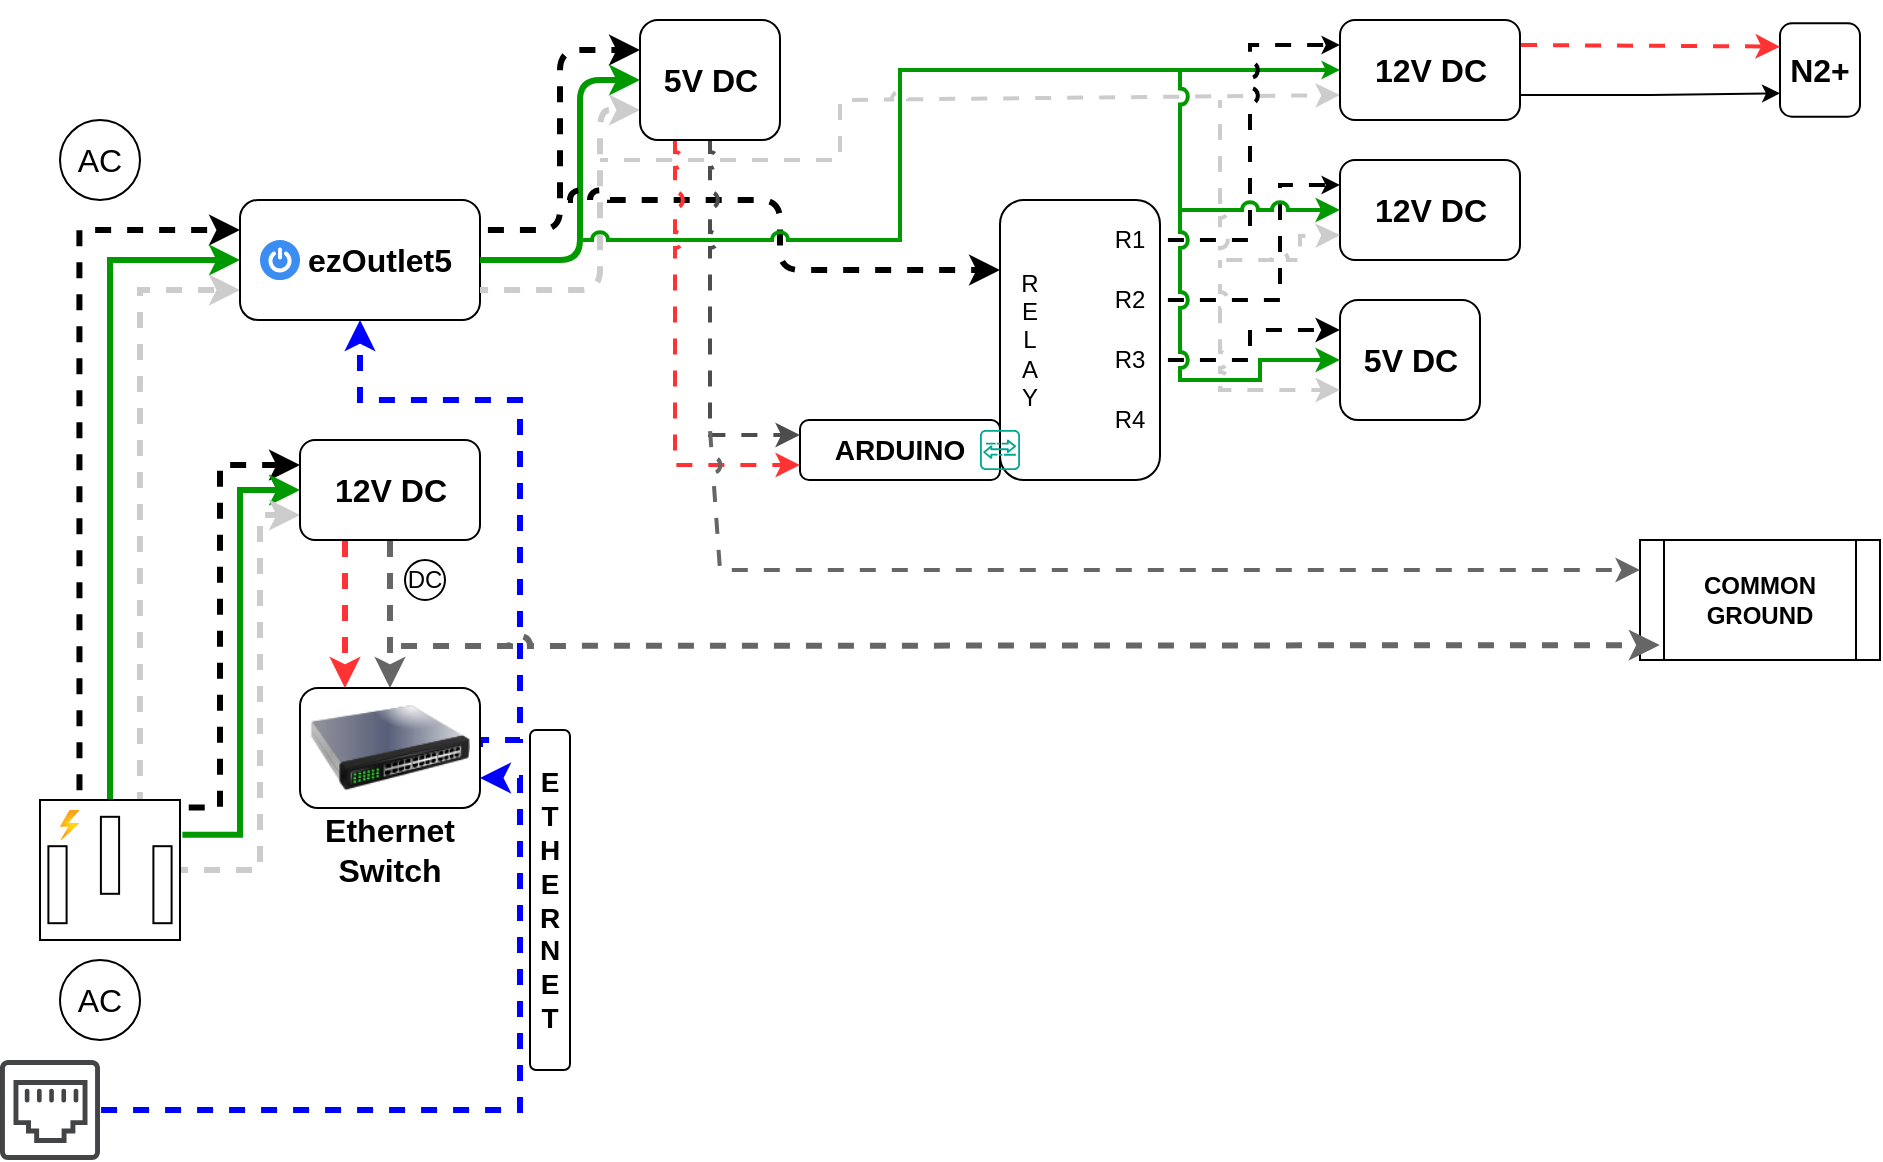
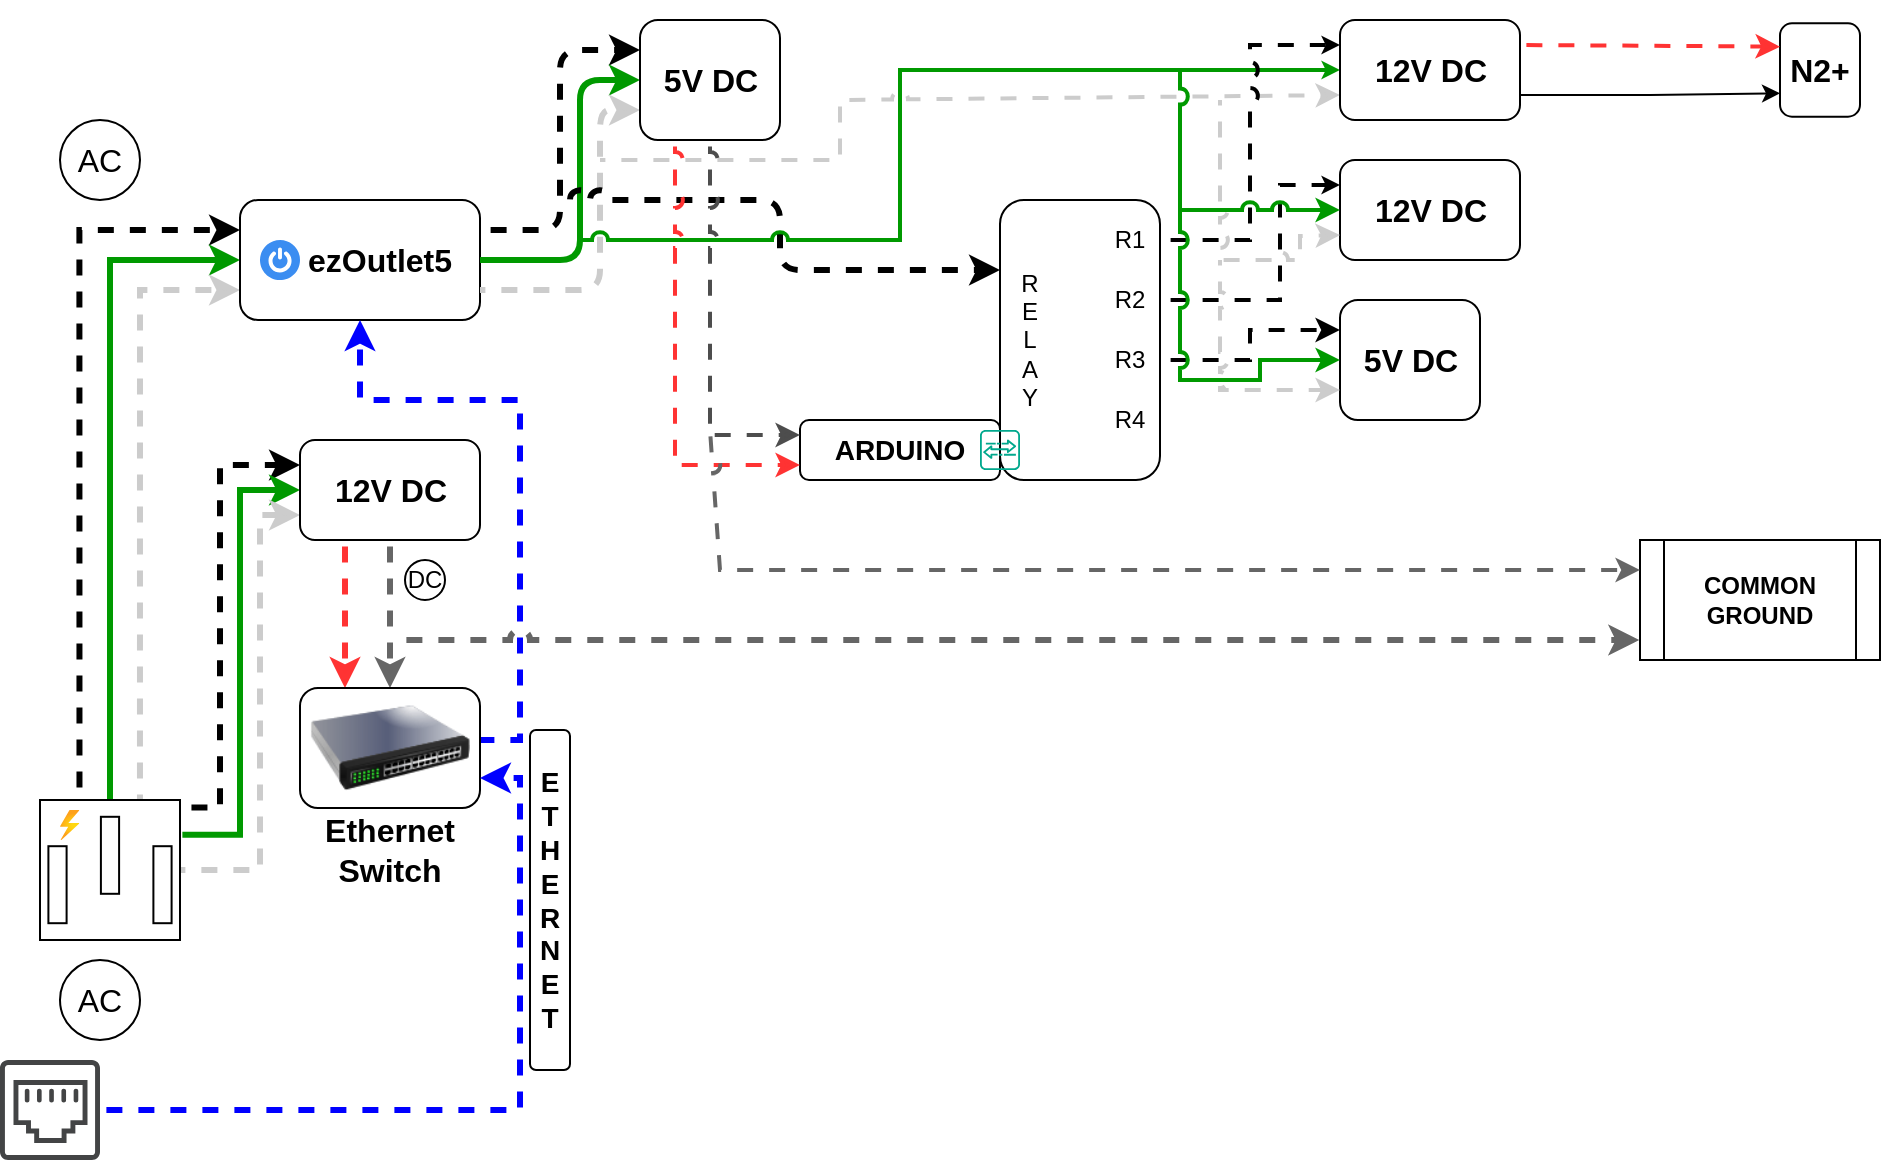
<mxfile host="app.diagrams.net" agent="Mozilla/5.0 (Windows NT 10.0; Win64; x64) AppleWebKit/537.36 (KHTML, like Gecko) Chrome/131.0.0.0 Safari/537.36 Edg/131.0.0.0" version="25.0.3">
  <diagram name="Page-1" id="VlRkN-xOVygPYa-iD9Ir">
-     <mxGraphModel dx="244" dy="153" grid="1" gridSize="10" guides="1" tooltips="1" connect="1" arrows="1" fold="1" page="1" pageScale="1" pageWidth="1600" pageHeight="900" background="none" math="0" shadow="0">
+     <mxGraphModel dx="724" dy="454" grid="1" gridSize="10" guides="1" tooltips="1" connect="1" arrows="1" fold="1" page="1" pageScale="1" pageWidth="1600" pageHeight="900" background="none" math="0" shadow="0">
      <root>
        <mxCell id="0" />
        <mxCell id="1" parent="0" />
        <mxCell id="JVLtuT8sySUBbFbLTn6r-3" style="edgeStyle=orthogonalEdgeStyle;rounded=0;orthogonalLoop=1;jettySize=auto;html=1;entryX=0;entryY=0.25;entryDx=0;entryDy=0;exitX=0.282;exitY=-0.013;exitDx=0;exitDy=0;exitPerimeter=0;strokeWidth=3;flowAnimation=1;flowAnimationDirection=alternate;flowAnimationTimingFunction=ease-in-out;flowAnimationDuration=1500;jumpStyle=arc;" parent="1" source="pD8juBFKP1GN8B8eYQTb-1" target="pD8juBFKP1GN8B8eYQTb-3" edge="1">
          <mxGeometry relative="1" as="geometry" />
        </mxCell>
        <mxCell id="JVLtuT8sySUBbFbLTn6r-4" style="edgeStyle=orthogonalEdgeStyle;rounded=0;orthogonalLoop=1;jettySize=auto;html=1;exitX=0.5;exitY=0;exitDx=0;exitDy=0;exitPerimeter=0;entryX=0;entryY=0.5;entryDx=0;entryDy=0;strokeColor=#009900;strokeWidth=3;jumpStyle=arc;" parent="1" source="pD8juBFKP1GN8B8eYQTb-1" target="pD8juBFKP1GN8B8eYQTb-3" edge="1">
          <mxGeometry relative="1" as="geometry" />
        </mxCell>
        <mxCell id="JVLtuT8sySUBbFbLTn6r-5" style="edgeStyle=orthogonalEdgeStyle;rounded=0;orthogonalLoop=1;jettySize=auto;html=1;entryX=0;entryY=0.75;entryDx=0;entryDy=0;exitX=0.714;exitY=0;exitDx=0;exitDy=0;exitPerimeter=0;strokeWidth=3;strokeColor=#CCCCCC;flowAnimation=1;flowAnimationDirection=alternate-reverse;flowAnimationTimingFunction=ease-in-out;flowAnimationDuration=1500;jumpStyle=arc;" parent="1" source="pD8juBFKP1GN8B8eYQTb-1" target="pD8juBFKP1GN8B8eYQTb-3" edge="1">
          <mxGeometry relative="1" as="geometry">
            <mxPoint x="120" y="320" as="targetPoint" />
          </mxGeometry>
        </mxCell>
        <mxCell id="JVLtuT8sySUBbFbLTn6r-6" style="edgeStyle=orthogonalEdgeStyle;rounded=0;orthogonalLoop=1;jettySize=auto;html=1;entryX=0;entryY=0.25;entryDx=0;entryDy=0;exitX=1.006;exitY=0.054;exitDx=0;exitDy=0;exitPerimeter=0;strokeWidth=3;flowAnimation=1;flowAnimationDirection=alternate;flowAnimationTimingFunction=ease-in-out;flowAnimationDuration=1500;jumpStyle=arc;" parent="1" source="pD8juBFKP1GN8B8eYQTb-1" target="pD8juBFKP1GN8B8eYQTb-24" edge="1">
          <mxGeometry relative="1" as="geometry">
            <Array as="points">
              <mxPoint x="120" y="404" />
              <mxPoint x="120" y="233" />
            </Array>
          </mxGeometry>
        </mxCell>
        <mxCell id="JVLtuT8sySUBbFbLTn6r-7" style="edgeStyle=orthogonalEdgeStyle;rounded=0;orthogonalLoop=1;jettySize=auto;html=1;entryX=0;entryY=0.5;entryDx=0;entryDy=0;exitX=1.017;exitY=0.249;exitDx=0;exitDy=0;exitPerimeter=0;strokeWidth=3;strokeColor=#009900;jumpStyle=arc;" parent="1" source="pD8juBFKP1GN8B8eYQTb-1" target="pD8juBFKP1GN8B8eYQTb-24" edge="1">
          <mxGeometry relative="1" as="geometry" />
        </mxCell>
        <mxCell id="JVLtuT8sySUBbFbLTn6r-8" style="edgeStyle=orthogonalEdgeStyle;rounded=0;orthogonalLoop=1;jettySize=auto;html=1;entryX=0;entryY=0.75;entryDx=0;entryDy=0;strokeColor=#CCCCCC;strokeWidth=3;flowAnimation=1;flowAnimationDirection=alternate-reverse;flowAnimationTimingFunction=ease-in-out;flowAnimationDuration=1500;jumpStyle=arc;" parent="1" source="pD8juBFKP1GN8B8eYQTb-1" target="pD8juBFKP1GN8B8eYQTb-24" edge="1">
          <mxGeometry relative="1" as="geometry">
            <Array as="points">
              <mxPoint x="140" y="435" />
              <mxPoint x="140" y="258" />
            </Array>
          </mxGeometry>
        </mxCell>
        <mxCell id="JVLtuT8sySUBbFbLTn6r-1" value="" style="group" parent="1" vertex="1" connectable="0">
          <mxGeometry x="30" y="480" width="60" height="40" as="geometry" />
        </mxCell>
        <mxCell id="pD8juBFKP1GN8B8eYQTb-22" value="AC" style="text;html=1;align=center;verticalAlign=middle;whiteSpace=wrap;rounded=0;fontSize=16;" parent="JVLtuT8sySUBbFbLTn6r-1" vertex="1">
          <mxGeometry y="5" width="60" height="30" as="geometry" />
        </mxCell>
        <mxCell id="pD8juBFKP1GN8B8eYQTb-23" value="" style="ellipse;whiteSpace=wrap;html=1;fillColor=none;" parent="JVLtuT8sySUBbFbLTn6r-1" vertex="1">
          <mxGeometry x="10" width="40" height="40" as="geometry" />
        </mxCell>
        <mxCell id="JVLtuT8sySUBbFbLTn6r-2" value="" style="group" parent="1" vertex="1" connectable="0">
          <mxGeometry x="30" y="60" width="60" height="40" as="geometry" />
        </mxCell>
        <mxCell id="pD8juBFKP1GN8B8eYQTb-9" value="" style="ellipse;whiteSpace=wrap;html=1;fillColor=none;" parent="JVLtuT8sySUBbFbLTn6r-2" vertex="1">
          <mxGeometry x="10" width="40" height="40" as="geometry" />
        </mxCell>
        <mxCell id="pD8juBFKP1GN8B8eYQTb-11" value="AC" style="text;html=1;align=center;verticalAlign=middle;whiteSpace=wrap;rounded=0;fontSize=16;" parent="JVLtuT8sySUBbFbLTn6r-2" vertex="1">
          <mxGeometry y="5" width="60" height="30" as="geometry" />
        </mxCell>
        <mxCell id="JVLtuT8sySUBbFbLTn6r-9" value="" style="group" parent="1" vertex="1" connectable="0">
          <mxGeometry x="130" y="100" width="120" height="60" as="geometry" />
        </mxCell>
        <mxCell id="JVLtuT8sySUBbFbLTn6r-16" value="" style="group" parent="JVLtuT8sySUBbFbLTn6r-9" vertex="1" connectable="0">
          <mxGeometry width="120" height="60" as="geometry" />
        </mxCell>
        <mxCell id="pD8juBFKP1GN8B8eYQTb-3" value="" style="rounded=1;whiteSpace=wrap;html=1;" parent="JVLtuT8sySUBbFbLTn6r-16" vertex="1">
          <mxGeometry width="120" height="60" as="geometry" />
        </mxCell>
        <mxCell id="JVLtuT8sySUBbFbLTn6r-13" value="" style="sketch=0;html=1;aspect=fixed;strokeColor=none;shadow=0;fillColor=#3B8DF1;verticalAlign=top;labelPosition=center;verticalLabelPosition=bottom;shape=mxgraph.gcp2.a7_power" parent="JVLtuT8sySUBbFbLTn6r-16" vertex="1">
          <mxGeometry x="10" y="20" width="20" height="20" as="geometry" />
        </mxCell>
        <mxCell id="pD8juBFKP1GN8B8eYQTb-15" value="&lt;b&gt;ezOutlet5&lt;/b&gt;" style="text;html=1;align=center;verticalAlign=middle;whiteSpace=wrap;rounded=0;fontSize=16;" parent="JVLtuT8sySUBbFbLTn6r-16" vertex="1">
          <mxGeometry x="40" y="10" width="60" height="40" as="geometry" />
        </mxCell>
        <mxCell id="JVLtuT8sySUBbFbLTn6r-11" value="" style="group" parent="1" vertex="1" connectable="0">
          <mxGeometry x="160" y="220" width="90" height="50" as="geometry" />
        </mxCell>
        <mxCell id="JVLtuT8sySUBbFbLTn6r-72" value="" style="group" parent="JVLtuT8sySUBbFbLTn6r-11" vertex="1" connectable="0">
          <mxGeometry width="90" height="50" as="geometry" />
        </mxCell>
        <mxCell id="pD8juBFKP1GN8B8eYQTb-24" value="" style="rounded=1;whiteSpace=wrap;html=1;" parent="JVLtuT8sySUBbFbLTn6r-72" vertex="1">
          <mxGeometry width="90" height="50" as="geometry" />
        </mxCell>
        <mxCell id="JVLtuT8sySUBbFbLTn6r-10" value="&lt;font style=&quot;font-size: 16px;&quot;&gt;&lt;b&gt;12V DC&lt;/b&gt;&lt;/font&gt;" style="text;html=1;align=center;verticalAlign=middle;whiteSpace=wrap;rounded=0;" parent="JVLtuT8sySUBbFbLTn6r-72" vertex="1">
          <mxGeometry x="15.75" y="10" width="58.5" height="30" as="geometry" />
        </mxCell>
        <mxCell id="JVLtuT8sySUBbFbLTn6r-18" value="" style="group" parent="1" vertex="1" connectable="0">
          <mxGeometry x="30" y="400" width="70" height="70" as="geometry" />
        </mxCell>
        <mxCell id="pD8juBFKP1GN8B8eYQTb-1" value="" style="pointerEvents=1;verticalLabelPosition=bottom;shadow=0;dashed=0;align=center;html=1;verticalAlign=top;shape=mxgraph.electrical.miscellaneous.ac_out" parent="JVLtuT8sySUBbFbLTn6r-18" vertex="1">
          <mxGeometry width="70" height="70" as="geometry" />
        </mxCell>
        <mxCell id="JVLtuT8sySUBbFbLTn6r-12" value="" style="image;aspect=fixed;html=1;points=[];align=center;fontSize=12;image=img/lib/azure2/general/Power.svg;" parent="JVLtuT8sySUBbFbLTn6r-18" vertex="1">
          <mxGeometry x="10" y="5" width="9.72" height="15" as="geometry" />
        </mxCell>
        <mxCell id="JVLtuT8sySUBbFbLTn6r-23" style="edgeStyle=orthogonalEdgeStyle;rounded=0;orthogonalLoop=1;jettySize=auto;html=1;entryX=0.25;entryY=0;entryDx=0;entryDy=0;exitX=0.25;exitY=1;exitDx=0;exitDy=0;strokeColor=#FF3333;strokeWidth=3;flowAnimation=1;jumpStyle=arc;" parent="1" source="pD8juBFKP1GN8B8eYQTb-24" target="JVLtuT8sySUBbFbLTn6r-19" edge="1">
          <mxGeometry relative="1" as="geometry" />
        </mxCell>
        <mxCell id="JVLtuT8sySUBbFbLTn6r-28" value="" style="group" parent="1" vertex="1" connectable="0">
          <mxGeometry x="210" y="280" width="25" height="20" as="geometry" />
        </mxCell>
        <mxCell id="JVLtuT8sySUBbFbLTn6r-26" value="" style="ellipse;whiteSpace=wrap;html=1;aspect=fixed;" parent="JVLtuT8sySUBbFbLTn6r-28" vertex="1">
          <mxGeometry x="2.5" width="20" height="20" as="geometry" />
        </mxCell>
        <mxCell id="JVLtuT8sySUBbFbLTn6r-27" value="&lt;font&gt;DC&lt;/font&gt;" style="text;html=1;align=center;verticalAlign=middle;whiteSpace=wrap;rounded=0;" parent="JVLtuT8sySUBbFbLTn6r-28" vertex="1">
          <mxGeometry y="2.5" width="25" height="15" as="geometry" />
        </mxCell>
        <mxCell id="JVLtuT8sySUBbFbLTn6r-29" style="edgeStyle=orthogonalEdgeStyle;rounded=0;orthogonalLoop=1;jettySize=auto;html=1;exitX=0.5;exitY=1;exitDx=0;exitDy=0;entryX=0.5;entryY=0;entryDx=0;entryDy=0;strokeWidth=3;flowAnimation=1;strokeColor=#666666;jumpStyle=arc;" parent="1" source="pD8juBFKP1GN8B8eYQTb-24" target="JVLtuT8sySUBbFbLTn6r-19" edge="1">
          <mxGeometry relative="1" as="geometry" />
        </mxCell>
        <mxCell id="JVLtuT8sySUBbFbLTn6r-30" style="edgeStyle=orthogonalEdgeStyle;rounded=0;orthogonalLoop=1;jettySize=auto;html=1;exitX=1;exitY=0.5;exitDx=0;exitDy=0;entryX=0.5;entryY=1;entryDx=0;entryDy=0;strokeColor=#0000FF;strokeWidth=3;flowAnimation=1;jumpStyle=arc;" parent="1" source="JVLtuT8sySUBbFbLTn6r-19" target="pD8juBFKP1GN8B8eYQTb-3" edge="1">
          <mxGeometry relative="1" as="geometry">
            <Array as="points">
              <mxPoint x="270" y="370" />
              <mxPoint x="270" y="200" />
              <mxPoint x="190" y="200" />
            </Array>
          </mxGeometry>
        </mxCell>
        <mxCell id="JVLtuT8sySUBbFbLTn6r-33" value="" style="rounded=1;whiteSpace=wrap;html=1;" parent="1" vertex="1">
          <mxGeometry x="510" y="100" width="80" height="140" as="geometry" />
        </mxCell>
        <mxCell id="JVLtuT8sySUBbFbLTn6r-35" style="edgeStyle=orthogonalEdgeStyle;rounded=1;orthogonalLoop=1;jettySize=auto;html=1;exitX=1;exitY=0.25;exitDx=0;exitDy=0;entryX=0;entryY=0.25;entryDx=0;entryDy=0;curved=0;strokeWidth=3;flowAnimation=1;flowAnimationDirection=alternate;flowAnimationTimingFunction=ease-in-out;flowAnimationDuration=1500;jumpStyle=arc;" parent="1" source="pD8juBFKP1GN8B8eYQTb-3" target="JVLtuT8sySUBbFbLTn6r-34" edge="1">
          <mxGeometry relative="1" as="geometry" />
        </mxCell>
        <mxCell id="JVLtuT8sySUBbFbLTn6r-36" style="edgeStyle=orthogonalEdgeStyle;rounded=1;orthogonalLoop=1;jettySize=auto;html=1;exitX=1;exitY=0.5;exitDx=0;exitDy=0;entryX=0;entryY=0.5;entryDx=0;entryDy=0;curved=0;strokeWidth=3;strokeColor=#009900;jumpStyle=arc;" parent="1" source="pD8juBFKP1GN8B8eYQTb-3" target="JVLtuT8sySUBbFbLTn6r-34" edge="1">
          <mxGeometry relative="1" as="geometry">
            <Array as="points">
              <mxPoint x="300" y="130" />
              <mxPoint x="300" y="40" />
            </Array>
          </mxGeometry>
        </mxCell>
        <mxCell id="JVLtuT8sySUBbFbLTn6r-37" style="edgeStyle=orthogonalEdgeStyle;rounded=1;orthogonalLoop=1;jettySize=auto;html=1;exitX=1;exitY=0.75;exitDx=0;exitDy=0;entryX=0;entryY=0.75;entryDx=0;entryDy=0;curved=0;strokeColor=#CCCCCC;strokeWidth=3;flowAnimation=1;flowAnimationDirection=alternate-reverse;flowAnimationTimingFunction=ease-in-out;flowAnimationDuration=1500;jumpStyle=arc;" parent="1" source="pD8juBFKP1GN8B8eYQTb-3" target="JVLtuT8sySUBbFbLTn6r-34" edge="1">
          <mxGeometry relative="1" as="geometry">
            <Array as="points">
              <mxPoint x="310" y="145" />
              <mxPoint x="310" y="55" />
            </Array>
          </mxGeometry>
        </mxCell>
        <mxCell id="JVLtuT8sySUBbFbLTn6r-40" value="" style="endArrow=classic;html=1;rounded=1;curved=0;entryX=0;entryY=0.25;entryDx=0;entryDy=0;jumpStyle=arc;strokeWidth=3;flowAnimation=1;flowAnimationDirection=alternate;flowAnimationTimingFunction=ease-in-out;flowAnimationDuration=1500;" parent="1" target="JVLtuT8sySUBbFbLTn6r-33" edge="1">
          <mxGeometry width="50" height="50" relative="1" as="geometry">
            <mxPoint x="290" y="100" as="sourcePoint" />
            <mxPoint x="410" y="170" as="targetPoint" />
            <Array as="points">
              <mxPoint x="400" y="100" />
              <mxPoint x="400" y="135" />
            </Array>
          </mxGeometry>
        </mxCell>
        <mxCell id="JVLtuT8sySUBbFbLTn6r-51" value="" style="group" parent="1" vertex="1" connectable="0">
          <mxGeometry x="160" y="344" width="90" height="96" as="geometry" />
        </mxCell>
        <mxCell id="JVLtuT8sySUBbFbLTn6r-21" value="" style="group" parent="JVLtuT8sySUBbFbLTn6r-51" vertex="1" connectable="0">
          <mxGeometry width="90" height="70" as="geometry" />
        </mxCell>
        <mxCell id="JVLtuT8sySUBbFbLTn6r-50" value="" style="group" parent="JVLtuT8sySUBbFbLTn6r-21" vertex="1" connectable="0">
          <mxGeometry width="90" height="70" as="geometry" />
        </mxCell>
        <mxCell id="JVLtuT8sySUBbFbLTn6r-19" value="" style="rounded=1;whiteSpace=wrap;html=1;" parent="JVLtuT8sySUBbFbLTn6r-50" vertex="1">
          <mxGeometry width="90" height="60" as="geometry" />
        </mxCell>
        <mxCell id="JVLtuT8sySUBbFbLTn6r-49" value="" style="image;html=1;image=img/lib/clip_art/networking/Switch_128x128.png" parent="JVLtuT8sySUBbFbLTn6r-50" vertex="1">
          <mxGeometry x="5" y="-10" width="80" height="80" as="geometry" />
        </mxCell>
        <mxCell id="JVLtuT8sySUBbFbLTn6r-20" value="&lt;b&gt;&lt;font style=&quot;font-size: 16px;&quot;&gt;Ethernet&lt;/font&gt;&lt;/b&gt;&lt;div&gt;&lt;b&gt;&lt;font style=&quot;font-size: 16px;&quot;&gt;Switch&lt;/font&gt;&lt;/b&gt;&lt;/div&gt;" style="text;html=1;align=center;verticalAlign=middle;whiteSpace=wrap;rounded=0;" parent="JVLtuT8sySUBbFbLTn6r-51" vertex="1">
          <mxGeometry x="15" y="66" width="60" height="30" as="geometry" />
        </mxCell>
        <mxCell id="JVLtuT8sySUBbFbLTn6r-53" value="" style="group" parent="1" vertex="1" connectable="0">
          <mxGeometry x="330" y="10" width="70" height="60" as="geometry" />
        </mxCell>
        <mxCell id="JVLtuT8sySUBbFbLTn6r-71" value="" style="group" parent="JVLtuT8sySUBbFbLTn6r-53" vertex="1" connectable="0">
          <mxGeometry width="70" height="60" as="geometry" />
        </mxCell>
        <mxCell id="JVLtuT8sySUBbFbLTn6r-34" value="" style="rounded=1;whiteSpace=wrap;html=1;" parent="JVLtuT8sySUBbFbLTn6r-71" vertex="1">
          <mxGeometry width="70" height="60" as="geometry" />
        </mxCell>
        <mxCell id="JVLtuT8sySUBbFbLTn6r-52" value="&lt;font style=&quot;font-size: 16px;&quot;&gt;&lt;b&gt;5&lt;/b&gt;&lt;/font&gt;&lt;b style=&quot;font-size: 16px; background-color: initial;&quot;&gt;V DC&lt;/b&gt;" style="text;html=1;align=center;verticalAlign=middle;whiteSpace=wrap;rounded=0;" parent="JVLtuT8sySUBbFbLTn6r-71" vertex="1">
          <mxGeometry x="5.75" y="15" width="58.5" height="30" as="geometry" />
        </mxCell>
        <mxCell id="JVLtuT8sySUBbFbLTn6r-54" value="" style="endArrow=classic;html=1;rounded=0;entryX=0;entryY=0.5;entryDx=0;entryDy=0;jumpStyle=arc;strokeColor=#009900;strokeWidth=2;endSize=3;" parent="1" target="JVLtuT8sySUBbFbLTn6r-74" edge="1">
          <mxGeometry width="50" height="50" relative="1" as="geometry">
            <mxPoint x="300" y="120" as="sourcePoint" />
            <mxPoint x="350" y="80" as="targetPoint" />
            <Array as="points">
              <mxPoint x="460" y="120" />
              <mxPoint x="460" y="35" />
            </Array>
          </mxGeometry>
        </mxCell>
        <mxCell id="JVLtuT8sySUBbFbLTn6r-55" value="" style="endArrow=classic;html=1;rounded=0;entryX=0;entryY=0.75;entryDx=0;entryDy=0;strokeColor=#CCCCCC;strokeWidth=2;jumpStyle=arc;flowAnimation=1;flowAnimationDirection=alternate-reverse;flowAnimationTimingFunction=ease-in-out;flowAnimationDuration=1500;" parent="1" target="JVLtuT8sySUBbFbLTn6r-74" edge="1">
          <mxGeometry width="50" height="50" relative="1" as="geometry">
            <mxPoint x="310" y="80" as="sourcePoint" />
            <mxPoint x="350" y="140" as="targetPoint" />
            <Array as="points">
              <mxPoint x="430" y="80" />
              <mxPoint x="430" y="50" />
              <mxPoint x="520" y="50" />
            </Array>
          </mxGeometry>
        </mxCell>
        <mxCell id="JVLtuT8sySUBbFbLTn6r-56" value="R&lt;div&gt;E&lt;/div&gt;&lt;div&gt;L&lt;/div&gt;&lt;div&gt;A&lt;/div&gt;&lt;div&gt;Y&lt;/div&gt;" style="text;html=1;align=center;verticalAlign=middle;whiteSpace=wrap;rounded=0;" parent="1" vertex="1">
          <mxGeometry x="510" y="135" width="30" height="70" as="geometry" />
        </mxCell>
        <mxCell id="JVLtuT8sySUBbFbLTn6r-79" style="edgeStyle=orthogonalEdgeStyle;rounded=0;orthogonalLoop=1;jettySize=auto;html=1;exitX=1;exitY=0.5;exitDx=0;exitDy=0;entryX=0;entryY=0.25;entryDx=0;entryDy=0;strokeWidth=2;flowAnimation=1;flowAnimationDirection=alternate;flowAnimationTimingFunction=ease-in-out;flowAnimationDuration=1500;jumpStyle=arc;endSize=3;" parent="1" source="JVLtuT8sySUBbFbLTn6r-57" target="JVLtuT8sySUBbFbLTn6r-74" edge="1">
          <mxGeometry relative="1" as="geometry" />
        </mxCell>
        <mxCell id="JVLtuT8sySUBbFbLTn6r-57" value="R1" style="text;html=1;align=center;verticalAlign=middle;whiteSpace=wrap;rounded=0;" parent="1" vertex="1">
          <mxGeometry x="560" y="105" width="30" height="30" as="geometry" />
        </mxCell>
        <mxCell id="JVLtuT8sySUBbFbLTn6r-80" style="edgeStyle=orthogonalEdgeStyle;rounded=0;orthogonalLoop=1;jettySize=auto;html=1;exitX=1;exitY=0.5;exitDx=0;exitDy=0;entryX=0;entryY=0.25;entryDx=0;entryDy=0;strokeWidth=2;flowAnimation=1;flowAnimationDirection=alternate;flowAnimationTimingFunction=ease-in-out;flowAnimationDuration=1500;endSize=3;jumpStyle=arc;" parent="1" source="JVLtuT8sySUBbFbLTn6r-58" target="JVLtuT8sySUBbFbLTn6r-77" edge="1">
          <mxGeometry relative="1" as="geometry">
            <Array as="points">
              <mxPoint x="650" y="150" />
              <mxPoint x="650" y="93" />
            </Array>
          </mxGeometry>
        </mxCell>
        <mxCell id="JVLtuT8sySUBbFbLTn6r-58" value="R2" style="text;html=1;align=center;verticalAlign=middle;whiteSpace=wrap;rounded=0;" parent="1" vertex="1">
          <mxGeometry x="560" y="135" width="30" height="30" as="geometry" />
        </mxCell>
        <mxCell id="JVLtuT8sySUBbFbLTn6r-81" style="edgeStyle=orthogonalEdgeStyle;rounded=0;orthogonalLoop=1;jettySize=auto;html=1;exitX=1;exitY=0.5;exitDx=0;exitDy=0;entryX=0;entryY=0.25;entryDx=0;entryDy=0;strokeWidth=2;flowAnimation=1;flowAnimationDirection=alternate;flowAnimationTimingFunction=ease-in-out;flowAnimationDuration=1500;jumpStyle=arc;" parent="1" source="JVLtuT8sySUBbFbLTn6r-59" target="JVLtuT8sySUBbFbLTn6r-63" edge="1">
          <mxGeometry relative="1" as="geometry" />
        </mxCell>
        <mxCell id="JVLtuT8sySUBbFbLTn6r-59" value="R3" style="text;html=1;align=center;verticalAlign=middle;whiteSpace=wrap;rounded=0;" parent="1" vertex="1">
          <mxGeometry x="560" y="165" width="30" height="30" as="geometry" />
        </mxCell>
        <mxCell id="JVLtuT8sySUBbFbLTn6r-60" value="R4" style="text;html=1;align=center;verticalAlign=middle;whiteSpace=wrap;rounded=0;" parent="1" vertex="1">
          <mxGeometry x="560" y="195" width="30" height="30" as="geometry" />
        </mxCell>
        <mxCell id="JVLtuT8sySUBbFbLTn6r-67" value="" style="group" parent="1" vertex="1" connectable="0">
          <mxGeometry x="680" y="150" width="70" height="60" as="geometry" />
        </mxCell>
        <mxCell id="JVLtuT8sySUBbFbLTn6r-63" value="" style="rounded=1;whiteSpace=wrap;html=1;" parent="JVLtuT8sySUBbFbLTn6r-67" vertex="1">
          <mxGeometry width="70" height="60" as="geometry" />
        </mxCell>
        <mxCell id="JVLtuT8sySUBbFbLTn6r-62" value="" style="group" parent="JVLtuT8sySUBbFbLTn6r-67" vertex="1" connectable="0">
          <mxGeometry width="70" height="60" as="geometry" />
        </mxCell>
        <mxCell id="JVLtuT8sySUBbFbLTn6r-64" value="&lt;font style=&quot;font-size: 16px;&quot;&gt;&lt;b&gt;5&lt;/b&gt;&lt;/font&gt;&lt;b style=&quot;font-size: 16px; background-color: initial;&quot;&gt;V DC&lt;/b&gt;" style="text;html=1;align=center;verticalAlign=middle;whiteSpace=wrap;rounded=0;" parent="JVLtuT8sySUBbFbLTn6r-62" vertex="1">
          <mxGeometry x="5.75" y="15" width="58.5" height="30" as="geometry" />
        </mxCell>
        <mxCell id="JVLtuT8sySUBbFbLTn6r-73" value="" style="group" parent="1" vertex="1" connectable="0">
          <mxGeometry x="680" y="10" width="90" height="50" as="geometry" />
        </mxCell>
        <mxCell id="JVLtuT8sySUBbFbLTn6r-74" value="" style="rounded=1;whiteSpace=wrap;html=1;" parent="JVLtuT8sySUBbFbLTn6r-73" vertex="1">
          <mxGeometry width="90" height="50" as="geometry" />
        </mxCell>
        <mxCell id="JVLtuT8sySUBbFbLTn6r-75" value="&lt;font style=&quot;font-size: 16px;&quot;&gt;&lt;b&gt;12V DC&lt;/b&gt;&lt;/font&gt;" style="text;html=1;align=center;verticalAlign=middle;whiteSpace=wrap;rounded=0;" parent="JVLtuT8sySUBbFbLTn6r-73" vertex="1">
          <mxGeometry x="15.75" y="10" width="58.5" height="30" as="geometry" />
        </mxCell>
        <mxCell id="JVLtuT8sySUBbFbLTn6r-76" value="" style="group" parent="1" vertex="1" connectable="0">
          <mxGeometry x="680" y="80" width="90" height="50" as="geometry" />
        </mxCell>
        <mxCell id="JVLtuT8sySUBbFbLTn6r-77" value="" style="rounded=1;whiteSpace=wrap;html=1;" parent="JVLtuT8sySUBbFbLTn6r-76" vertex="1">
          <mxGeometry width="90" height="50" as="geometry" />
        </mxCell>
        <mxCell id="JVLtuT8sySUBbFbLTn6r-78" value="&lt;font style=&quot;font-size: 16px;&quot;&gt;&lt;b&gt;12V DC&lt;/b&gt;&lt;/font&gt;" style="text;html=1;align=center;verticalAlign=middle;whiteSpace=wrap;rounded=0;" parent="JVLtuT8sySUBbFbLTn6r-76" vertex="1">
          <mxGeometry x="15.75" y="10" width="58.5" height="30" as="geometry" />
        </mxCell>
        <mxCell id="JVLtuT8sySUBbFbLTn6r-82" value="" style="endArrow=classic;html=1;rounded=0;entryX=0;entryY=0.5;entryDx=0;entryDy=0;jumpStyle=arc;strokeColor=#009900;strokeWidth=2;" parent="1" target="JVLtuT8sySUBbFbLTn6r-77" edge="1">
          <mxGeometry width="50" height="50" relative="1" as="geometry">
            <mxPoint x="600" y="35" as="sourcePoint" />
            <mxPoint x="660" y="105" as="targetPoint" />
            <Array as="points">
              <mxPoint x="600" y="105" />
            </Array>
          </mxGeometry>
        </mxCell>
        <mxCell id="JVLtuT8sySUBbFbLTn6r-83" value="" style="endArrow=classic;html=1;rounded=0;entryX=0;entryY=0.75;entryDx=0;entryDy=0;strokeWidth=2;strokeColor=#CCCCCC;flowAnimation=1;flowAnimationTimingFunction=ease-in-out;flowAnimationDirection=alternate-reverse;jumpStyle=arc;flowAnimationDuration=1500;" parent="1" target="JVLtuT8sySUBbFbLTn6r-77" edge="1">
          <mxGeometry width="50" height="50" relative="1" as="geometry">
            <mxPoint x="620" y="50" as="sourcePoint" />
            <mxPoint x="480" y="40" as="targetPoint" />
            <Array as="points">
              <mxPoint x="620" y="130" />
              <mxPoint x="660" y="130" />
              <mxPoint x="660" y="118" />
            </Array>
          </mxGeometry>
        </mxCell>
        <mxCell id="JVLtuT8sySUBbFbLTn6r-88" value="" style="endArrow=classic;html=1;rounded=0;entryX=0;entryY=0.5;entryDx=0;entryDy=0;strokeColor=#009900;strokeWidth=2;jumpStyle=arc;" parent="1" target="JVLtuT8sySUBbFbLTn6r-63" edge="1">
          <mxGeometry width="50" height="50" relative="1" as="geometry">
            <mxPoint x="600" y="100" as="sourcePoint" />
            <mxPoint x="600" y="140" as="targetPoint" />
            <Array as="points">
              <mxPoint x="600" y="190" />
              <mxPoint x="640" y="190" />
              <mxPoint x="640" y="180" />
            </Array>
          </mxGeometry>
        </mxCell>
        <mxCell id="JVLtuT8sySUBbFbLTn6r-89" value="" style="endArrow=classic;html=1;rounded=0;entryX=0;entryY=0.75;entryDx=0;entryDy=0;strokeWidth=2;strokeColor=#CCCCCC;flowAnimation=1;jumpStyle=arc;flowAnimationTimingFunction=ease-in-out;flowAnimationDirection=alternate-reverse;flowAnimationDuration=1500;" parent="1" target="JVLtuT8sySUBbFbLTn6r-63" edge="1">
          <mxGeometry width="50" height="50" relative="1" as="geometry">
            <mxPoint x="620" y="130" as="sourcePoint" />
            <mxPoint x="600" y="100" as="targetPoint" />
            <Array as="points">
              <mxPoint x="620" y="195" />
            </Array>
          </mxGeometry>
        </mxCell>
        <mxCell id="JVLtuT8sySUBbFbLTn6r-90" value="&lt;b&gt;&lt;font style=&quot;font-size: 14px;&quot;&gt;ARDUINO&lt;/font&gt;&lt;/b&gt;" style="rounded=1;whiteSpace=wrap;html=1;" parent="1" vertex="1">
          <mxGeometry x="410" y="210" width="100" height="30" as="geometry" />
        </mxCell>
        <mxCell id="JVLtuT8sySUBbFbLTn6r-91" style="edgeStyle=orthogonalEdgeStyle;rounded=0;orthogonalLoop=1;jettySize=auto;html=1;exitX=0.25;exitY=1;exitDx=0;exitDy=0;entryX=0;entryY=0.75;entryDx=0;entryDy=0;strokeWidth=2;flowAnimation=1;strokeColor=#FF3333;jumpStyle=arc;" parent="1" source="JVLtuT8sySUBbFbLTn6r-34" target="JVLtuT8sySUBbFbLTn6r-90" edge="1">
          <mxGeometry relative="1" as="geometry" />
        </mxCell>
        <mxCell id="JVLtuT8sySUBbFbLTn6r-92" style="edgeStyle=orthogonalEdgeStyle;rounded=0;orthogonalLoop=1;jettySize=auto;html=1;exitX=0.5;exitY=1;exitDx=0;exitDy=0;entryX=0;entryY=0.25;entryDx=0;entryDy=0;strokeWidth=2;flowAnimation=1;strokeColor=#4D4D4D;jumpStyle=arc;" parent="1" source="JVLtuT8sySUBbFbLTn6r-34" target="JVLtuT8sySUBbFbLTn6r-90" edge="1">
          <mxGeometry relative="1" as="geometry" />
        </mxCell>
        <mxCell id="JVLtuT8sySUBbFbLTn6r-93" value="" style="sketch=0;outlineConnect=0;fontColor=#232F3E;gradientColor=none;fillColor=#01A88D;strokeColor=none;dashed=0;verticalLabelPosition=bottom;verticalAlign=top;align=center;html=1;fontSize=12;fontStyle=0;aspect=fixed;shape=mxgraph.aws4.agent2;" parent="1" vertex="1">
          <mxGeometry x="500" y="215" width="20" height="20" as="geometry" />
        </mxCell>
        <mxCell id="0aRQkGjj-KWWZOeJOGup-1" value="" style="endArrow=classic;html=1;rounded=0;entryX=1;entryY=0.75;entryDx=0;entryDy=0;strokeWidth=3;strokeColor=#0000FF;flowAnimation=1;jumpStyle=arc;" edge="1" parent="1" source="0aRQkGjj-KWWZOeJOGup-3" target="JVLtuT8sySUBbFbLTn6r-19">
          <mxGeometry width="50" height="50" relative="1" as="geometry">
            <mxPoint x="40" y="560" as="sourcePoint" />
            <mxPoint x="560" y="420" as="targetPoint" />
            <Array as="points">
              <mxPoint x="270" y="555" />
              <mxPoint x="270" y="389" />
            </Array>
          </mxGeometry>
        </mxCell>
        <mxCell id="0aRQkGjj-KWWZOeJOGup-2" value="" style="group" vertex="1" connectable="0" parent="1">
          <mxGeometry x="270" y="365" width="30" height="170" as="geometry" />
        </mxCell>
        <mxCell id="JVLtuT8sySUBbFbLTn6r-31" value="" style="rounded=1;whiteSpace=wrap;html=1;" parent="0aRQkGjj-KWWZOeJOGup-2" vertex="1">
          <mxGeometry x="5" width="20" height="170" as="geometry" />
        </mxCell>
        <mxCell id="JVLtuT8sySUBbFbLTn6r-32" value="&lt;b&gt;&lt;font style=&quot;font-size: 14px;&quot;&gt;E&lt;/font&gt;&lt;/b&gt;&lt;div&gt;&lt;b&gt;&lt;font style=&quot;font-size: 14px;&quot;&gt;T&lt;/font&gt;&lt;/b&gt;&lt;/div&gt;&lt;div&gt;&lt;b&gt;&lt;font style=&quot;font-size: 14px;&quot;&gt;H&lt;/font&gt;&lt;/b&gt;&lt;/div&gt;&lt;div&gt;&lt;b&gt;&lt;font style=&quot;font-size: 14px;&quot;&gt;E&lt;/font&gt;&lt;/b&gt;&lt;/div&gt;&lt;div&gt;&lt;b&gt;&lt;font style=&quot;font-size: 14px;&quot;&gt;R&lt;/font&gt;&lt;/b&gt;&lt;/div&gt;&lt;div&gt;&lt;b&gt;&lt;font style=&quot;font-size: 14px;&quot;&gt;N&lt;/font&gt;&lt;/b&gt;&lt;/div&gt;&lt;div&gt;&lt;b&gt;&lt;font style=&quot;font-size: 14px;&quot;&gt;E&lt;/font&gt;&lt;/b&gt;&lt;/div&gt;&lt;div&gt;&lt;b&gt;&lt;font style=&quot;font-size: 14px;&quot;&gt;T&lt;/font&gt;&lt;/b&gt;&lt;/div&gt;" style="text;html=1;align=center;verticalAlign=middle;whiteSpace=wrap;rounded=0;" parent="0aRQkGjj-KWWZOeJOGup-2" vertex="1">
          <mxGeometry y="10" width="30" height="150" as="geometry" />
        </mxCell>
        <mxCell id="0aRQkGjj-KWWZOeJOGup-3" value="" style="sketch=0;pointerEvents=1;shadow=0;dashed=0;html=1;strokeColor=none;fillColor=#434445;aspect=fixed;labelPosition=center;verticalLabelPosition=bottom;verticalAlign=top;align=center;outlineConnect=0;shape=mxgraph.vvd.ethernet_port;" vertex="1" parent="1">
          <mxGeometry x="10" y="530" width="50" height="50" as="geometry" />
        </mxCell>
        <mxCell id="0aRQkGjj-KWWZOeJOGup-6" value="" style="group" vertex="1" connectable="0" parent="1">
          <mxGeometry x="890" width="60" height="70" as="geometry" />
        </mxCell>
        <mxCell id="0aRQkGjj-KWWZOeJOGup-4" value="" style="rounded=1;whiteSpace=wrap;html=1;" vertex="1" parent="0aRQkGjj-KWWZOeJOGup-6">
          <mxGeometry x="10" y="11.666666666666668" width="40" height="46.66666666666667" as="geometry" />
        </mxCell>
        <mxCell id="0aRQkGjj-KWWZOeJOGup-5" value="&lt;b&gt;&lt;font style=&quot;font-size: 16px;&quot;&gt;N2+&lt;/font&gt;&lt;/b&gt;" style="text;html=1;align=center;verticalAlign=middle;whiteSpace=wrap;rounded=0;" vertex="1" parent="0aRQkGjj-KWWZOeJOGup-6">
          <mxGeometry x="10" y="11.666666666666668" width="40" height="46.66666666666667" as="geometry" />
        </mxCell>
        <mxCell id="0aRQkGjj-KWWZOeJOGup-7" style="edgeStyle=orthogonalEdgeStyle;rounded=0;orthogonalLoop=1;jettySize=auto;html=1;exitX=1;exitY=0.25;exitDx=0;exitDy=0;entryX=0;entryY=0.25;entryDx=0;entryDy=0;strokeWidth=2;jumpStyle=arc;flowAnimation=1;strokeColor=#FF3333;" edge="1" parent="1" source="JVLtuT8sySUBbFbLTn6r-74" target="0aRQkGjj-KWWZOeJOGup-5">
          <mxGeometry relative="1" as="geometry" />
        </mxCell>
        <mxCell id="0aRQkGjj-KWWZOeJOGup-8" style="edgeStyle=orthogonalEdgeStyle;rounded=0;orthogonalLoop=1;jettySize=auto;html=1;exitX=1;exitY=0.75;exitDx=0;exitDy=0;entryX=0;entryY=0.75;entryDx=0;entryDy=0;" edge="1" parent="1" source="JVLtuT8sySUBbFbLTn6r-74" target="0aRQkGjj-KWWZOeJOGup-5">
          <mxGeometry relative="1" as="geometry" />
        </mxCell>
        <mxCell id="0aRQkGjj-KWWZOeJOGup-11" value="" style="group" vertex="1" connectable="0" parent="1">
          <mxGeometry x="830" y="270" width="120" height="60" as="geometry" />
        </mxCell>
        <mxCell id="0aRQkGjj-KWWZOeJOGup-9" value="" style="shape=process;whiteSpace=wrap;html=1;backgroundOutline=1;" vertex="1" parent="0aRQkGjj-KWWZOeJOGup-11">
          <mxGeometry width="120" height="60" as="geometry" />
        </mxCell>
        <mxCell id="0aRQkGjj-KWWZOeJOGup-10" value="&lt;b&gt;COMMON&lt;/b&gt;&lt;div&gt;&lt;b&gt;GROUND&lt;/b&gt;&lt;/div&gt;" style="text;html=1;align=center;verticalAlign=middle;whiteSpace=wrap;rounded=0;" vertex="1" parent="0aRQkGjj-KWWZOeJOGup-11">
          <mxGeometry x="30" y="15" width="60" height="30" as="geometry" />
        </mxCell>
        <mxCell id="0aRQkGjj-KWWZOeJOGup-12" value="" style="endArrow=classic;html=1;rounded=0;entryX=0;entryY=0.25;entryDx=0;entryDy=0;strokeWidth=2;strokeColor=#666666;flowAnimation=1;jumpStyle=arc;" edge="1" parent="1" target="0aRQkGjj-KWWZOeJOGup-9">
          <mxGeometry width="50" height="50" relative="1" as="geometry">
            <mxPoint x="365" y="215" as="sourcePoint" />
            <mxPoint x="735" y="340" as="targetPoint" />
            <Array as="points">
              <mxPoint x="370" y="285" />
            </Array>
          </mxGeometry>
        </mxCell>
-         <mxCell id="0aRQkGjj-KWWZOeJOGup-15" value="" style="endArrow=classic;html=1;rounded=0;entryX=-0.001;entryY=0.876;entryDx=0;entryDy=0;entryPerimeter=0;jumpStyle=arc;strokeWidth=3;strokeColor=#666666;flowAnimation=1;" edge="1" parent="1">
-           <mxGeometry width="50" height="50" relative="1" as="geometry">
-             <mxPoint x="210" y="323" as="sourcePoint" />
+         <mxCell id="0aRQkGjj-KWWZOeJOGup-15" value="" style="endArrow=classic;html=1;rounded=0;entryX=-0.003;entryY=0.834;entryDx=0;entryDy=0;jumpStyle=arc;strokeWidth=3;strokeColor=#666666;flowAnimation=1;entryPerimeter=0;" edge="1" parent="1" target="0aRQkGjj-KWWZOeJOGup-9">
+           <mxGeometry width="50" height="50" relative="1" as="geometry">
+             <mxPoint x="210" y="320" as="sourcePoint" />
            <mxPoint x="839.88" y="322.56" as="targetPoint" />
          </mxGeometry>
        </mxCell>
      </root>
    </mxGraphModel>
  </diagram>
</mxfile>
